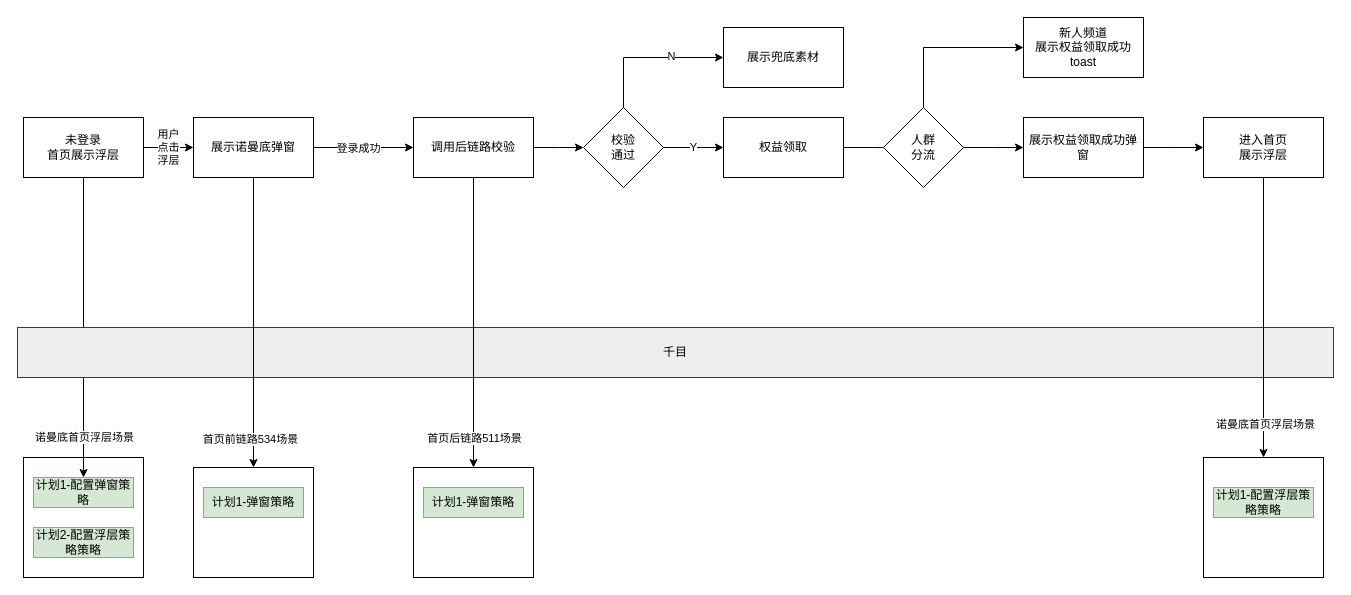
The draw.io diagram 诺曼底首页吸底浮层.drawio in BlankKelly/diagrams, before the edit. Source tidied: cells renumbered, new cells numbered last; positions are measured from the earlier drawing's top-left corner, leaving out a move shared by most shapes. Both pictures are drawn from the tidied source at 100%, with x=0, y=0 at pixel (17, 17).
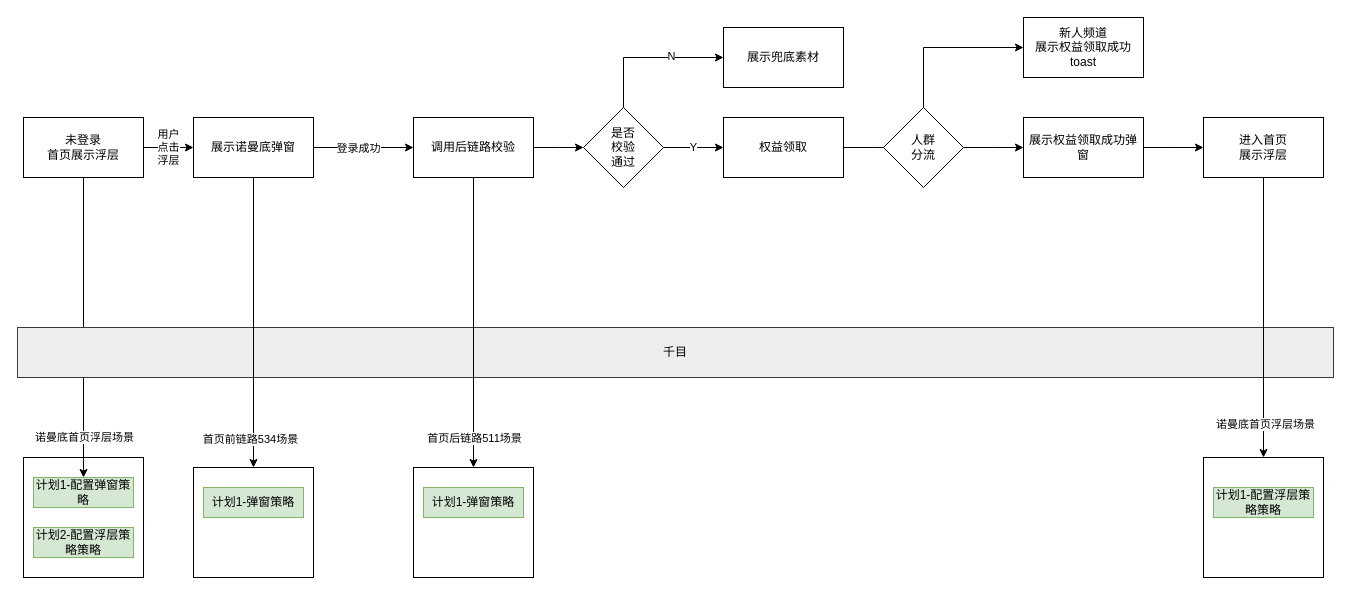
The same page after the edit.

Commit message (it also covers changes not shown here):
更新诺曼底首页吸底浮层.drawio

The edit, as a diff of the source:
```diff
@@
-    <mxCell id="28" value="校验&lt;br&gt;通过" style="rhombus;whiteSpace=wrap;html=1;" parent="1" vertex="1">
+    <mxCell id="28" value="是否&lt;br&gt;校验&lt;br&gt;通过" style="rhombus;whiteSpace=wrap;html=1;" parent="1" vertex="1">
       <mxGeometry x="566" y="90" width="80" height="80" as="geometry" />
     </mxCell>
```
